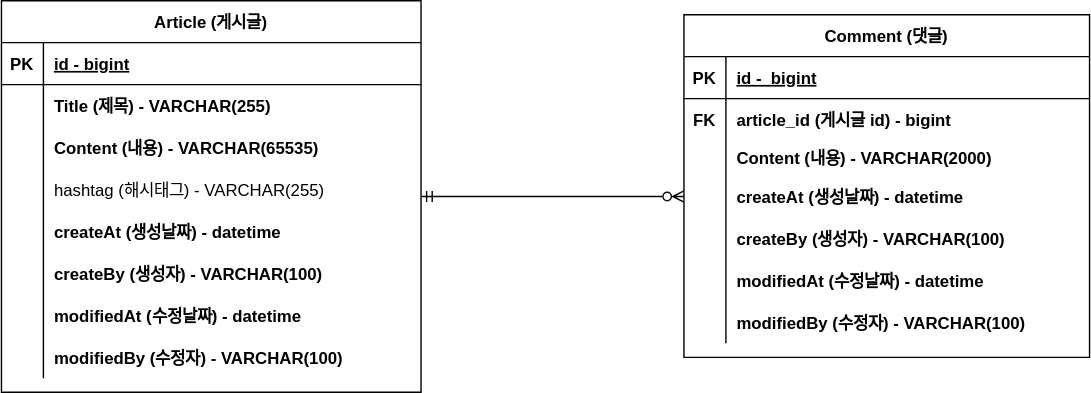
jgm0327/project-board keeps this draw.io diagram as document/project-board-ERD.svg. Above is the earlier version. Source tidied: cells renumbered, new cells last; positions are measured from the earlier drawing's top-left corner, leaving out a move shared by most shapes.
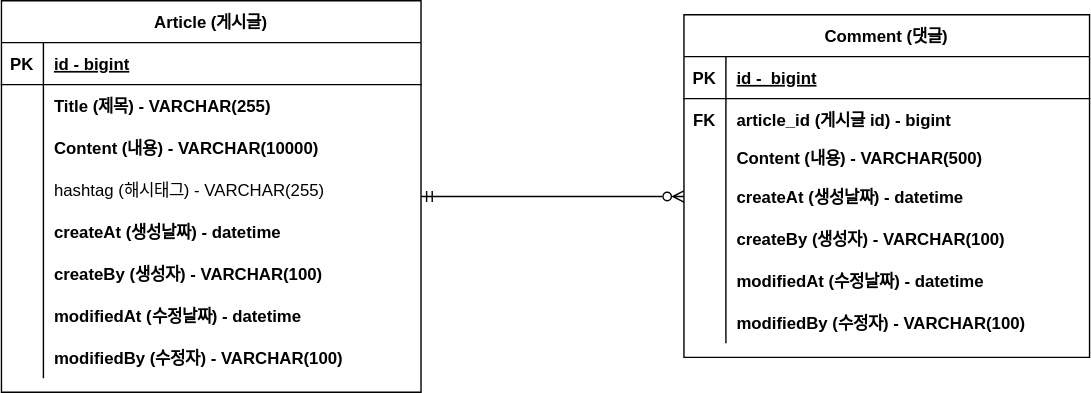
After the commit.

Commit message:
#10 - ERD 업데이트: content 사이즈 변경

Diff of the diagram source:
```diff
@@ -5,8 +5,8 @@
     <mxCell id="2" style="edgeStyle=orthogonalEdgeStyle;rounded=0;jettySize=auto;html=1;endArrow=ERzeroToMany;endFill=0;entryX=0;entryY=0.5;entryDx=0;entryDy=0;startArrow=ERmandOne;startFill=0;" parent="1" edge="1" source="3" target="38">
       <mxGeometry relative="1" as="geometry">
         <Array as="points">
-          <mxPoint x="460" y="140" />
-          <mxPoint x="460" y="140" />
+          <mxPoint x="434" y="140" />
+          <mxPoint x="434" y="140" />
         </Array>
       </mxGeometry>
     </mxCell>
@@ -37,7 +37,7 @@
     <mxCell id="11" style="shape=partialRectangle;fillColor=none;top=0;left=0;bottom=0;right=0;overflow=hidden;" parent="10" vertex="1">
       <mxGeometry width="30" height="30" as="geometry" />
     </mxCell>
-    <mxCell id="12" value="Content (내용) - VARCHAR(65535)" style="shape=partialRectangle;fillColor=none;top=0;left=0;bottom=0;right=0;align=left;spacingLeft=6;overflow=hidden;fontStyle=1;" parent="10" vertex="1">
+    <mxCell id="12" value="Content (내용) - VARCHAR(10000)" style="shape=partialRectangle;fillColor=none;top=0;left=0;bottom=0;right=0;align=left;spacingLeft=6;overflow=hidden;fontStyle=1;" parent="10" vertex="1">
       <mxGeometry x="30" width="270" height="30" as="geometry" />
     </mxCell>
     <mxCell id="13" style="shape=tableRow;horizontal=0;startSize=0;swimlaneHead=0;swimlaneBody=0;fillColor=none;top=0;left=0;right=0;bottom=0;" parent="3" vertex="1">
@@ -112,7 +112,7 @@
     <mxCell id="36" style="shape=partialRectangle;fillColor=none;top=0;left=0;bottom=0;right=0;overflow=hidden;" parent="35" vertex="1">
       <mxGeometry width="30" height="25" as="geometry" />
     </mxCell>
-    <mxCell id="37" value="Content (내용) - VARCHAR(2000)" style="shape=partialRectangle;fillColor=none;top=0;left=0;bottom=0;right=0;align=left;spacingLeft=6;overflow=hidden;fontStyle=1;" parent="35" vertex="1">
+    <mxCell id="37" value="Content (내용) - VARCHAR(500)" style="shape=partialRectangle;fillColor=none;top=0;left=0;bottom=0;right=0;align=left;spacingLeft=6;overflow=hidden;fontStyle=1;" parent="35" vertex="1">
       <mxGeometry x="30" width="260" height="25" as="geometry" />
     </mxCell>
     <mxCell id="38" style="shape=tableRow;horizontal=0;startSize=0;swimlaneHead=0;swimlaneBody=0;fillColor=none;points=[[0,0.5],[1,0.5]];portConstraint=eastwest;top=0;left=0;right=0;bottom=0;" parent="28" vertex="1">
```
